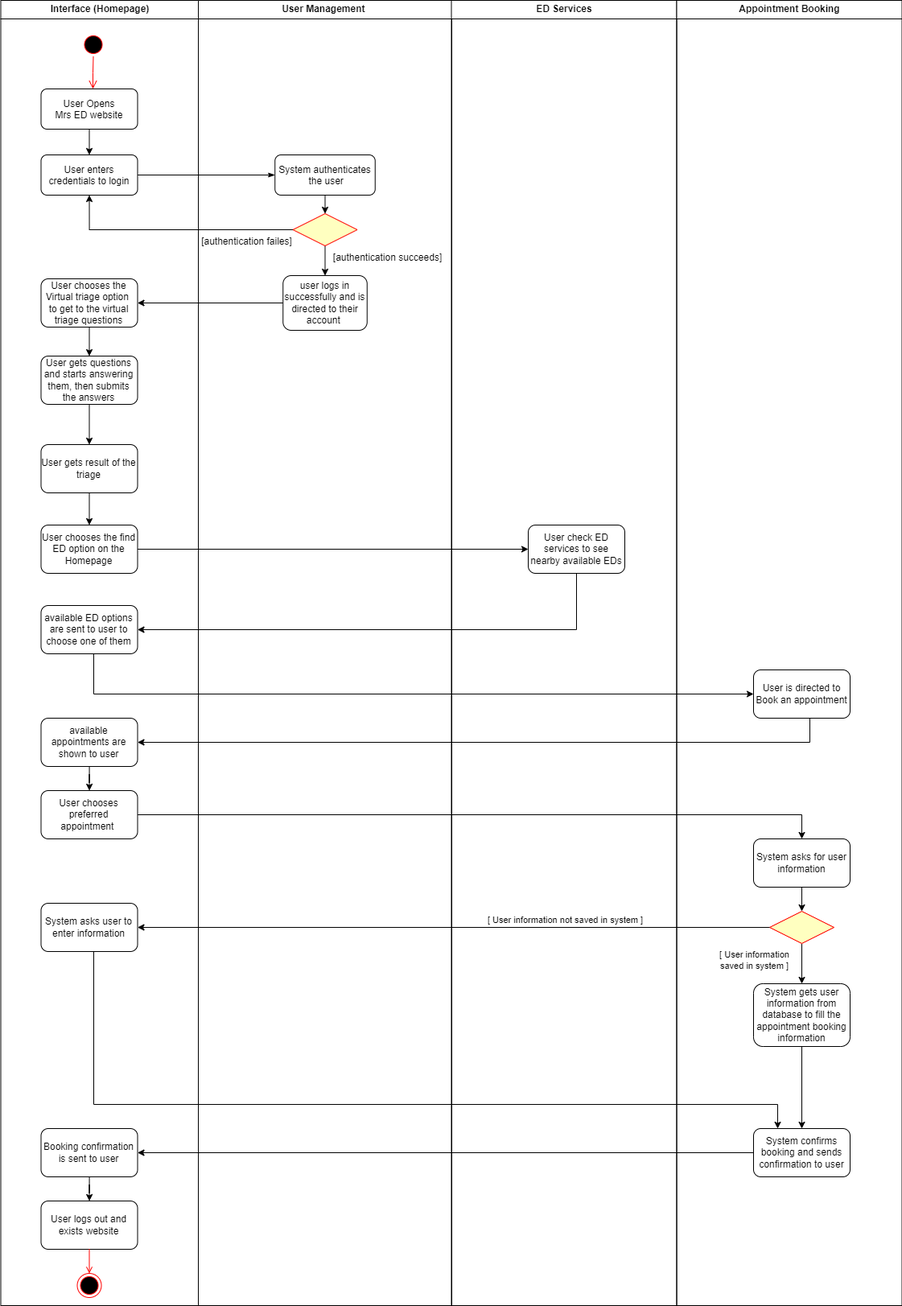
This is diagrams/Activity-Diagram.drawio.png from uvic-teach/project-m1-team6, a draw.io export, as it was before one commit. Source tidied: cells renumbered, new cells last; positions are measured from the earlier drawing's top-left corner, leaving out a move shared by most shapes. Source of this version:
```xml
<mxGraphModel>
  <root>
    <mxCell id="0" />
    <mxCell id="1" parent="0" />
    <mxCell id="2" value="Interface (Homepage)" style="swimlane;whiteSpace=wrap;" parent="1" vertex="1">
      <mxGeometry x="0.5" width="245.5" height="1622" as="geometry" />
    </mxCell>
    <mxCell id="3" style="ellipse;shape=startState;fillColor=#000000;strokeColor=#ff0000;" parent="2" vertex="1">
      <mxGeometry x="100" y="40" width="30" height="30" as="geometry" />
    </mxCell>
    <mxCell id="4" style="edgeStyle=elbowEdgeStyle;elbow=horizontal;verticalAlign=bottom;endArrow=open;endSize=8;strokeColor=#FF0000;endFill=1;rounded=0;" parent="2" edge="1" source="3" target="5">
      <mxGeometry x="100" y="40" as="geometry" />
    </mxCell>
    <mxCell id="5" value="User Opens &#10;Mrs ED website" style="rounded=1;" parent="2" vertex="1">
      <mxGeometry x="50" y="110" width="120" height="50" as="geometry" />
    </mxCell>
    <mxCell id="6" value="User enters &#10;credentials to login" style="rounded=1;" parent="2" vertex="1">
      <mxGeometry x="50" y="192" width="120" height="50" as="geometry" />
    </mxCell>
    <mxCell id="7" style="endArrow=classic;strokeColor=#000000;endFill=1;rounded=0;" parent="2" edge="1" source="5" target="6">
      <mxGeometry relative="1" as="geometry" />
    </mxCell>
    <mxCell id="8" style="edgeStyle=orthogonalEdgeStyle;rounded=0;jettySize=auto;html=1;exitX=0.5;exitY=1;exitDx=0;exitDy=0;entryX=0.5;entryY=0;entryDx=0;entryDy=0;" parent="2" edge="1" source="9" target="11">
      <mxGeometry relative="1" as="geometry" />
    </mxCell>
    <mxCell id="9" value="User chooses the Virtual triage option&amp;nbsp; to get to the virtual triage questions" style="rounded=1;whiteSpace=wrap;html=1;" parent="2" vertex="1">
      <mxGeometry x="50" y="346" width="120" height="60" as="geometry" />
    </mxCell>
    <mxCell id="10" style="edgeStyle=orthogonalEdgeStyle;rounded=0;jettySize=auto;html=1;exitX=0.5;exitY=1;exitDx=0;exitDy=0;entryX=0.5;entryY=0;entryDx=0;entryDy=0;" parent="2" edge="1" source="11" target="13">
      <mxGeometry relative="1" as="geometry" />
    </mxCell>
    <mxCell id="11" value="User gets questions and starts answering them, then submits the answers" style="rounded=1;whiteSpace=wrap;html=1;" parent="2" vertex="1">
      <mxGeometry x="50" y="442" width="120" height="60" as="geometry" />
    </mxCell>
    <mxCell id="12" style="edgeStyle=orthogonalEdgeStyle;rounded=0;jettySize=auto;html=1;" parent="2" edge="1" source="13" target="15">
      <mxGeometry relative="1" as="geometry" />
    </mxCell>
    <mxCell id="13" value="User gets result of the triage" style="rounded=1;whiteSpace=wrap;html=1;" parent="2" vertex="1">
      <mxGeometry x="50" y="552" width="120" height="60" as="geometry" />
    </mxCell>
    <mxCell id="14" value="available ED options are sent to user to choose one of them" style="rounded=1;whiteSpace=wrap;html=1;" parent="2" vertex="1">
      <mxGeometry x="50" y="752" width="120" height="60" as="geometry" />
    </mxCell>
    <mxCell id="15" value="User chooses the find ED option on the Homepage" style="rounded=1;whiteSpace=wrap;html=1;" parent="2" vertex="1">
      <mxGeometry x="50" y="652" width="120" height="60" as="geometry" />
    </mxCell>
    <mxCell id="16" style="edgeStyle=orthogonalEdgeStyle;rounded=0;jettySize=auto;html=1;" parent="2" edge="1" source="17" target="18">
      <mxGeometry relative="1" as="geometry" />
    </mxCell>
    <mxCell id="17" value="Booking confirmation is sent to user" style="rounded=1;whiteSpace=wrap;html=1;" parent="2" vertex="1">
      <mxGeometry x="50" y="1402" width="120" height="60" as="geometry" />
    </mxCell>
    <mxCell id="18" value="User logs out and exists website" style="rounded=1;whiteSpace=wrap;html=1;" parent="2" vertex="1">
      <mxGeometry x="50" y="1492" width="120" height="60" as="geometry" />
    </mxCell>
    <mxCell id="19" style="ellipse;shape=endState;fillColor=#000000;strokeColor=#ff0000;" parent="2" vertex="1">
      <mxGeometry x="95" y="1582" width="30" height="30" as="geometry" />
    </mxCell>
    <mxCell id="20" style="endArrow=open;strokeColor=#FF0000;endFill=1;rounded=0;exitX=0.5;exitY=1;exitDx=0;exitDy=0;" parent="2" edge="1" source="18" target="19">
      <mxGeometry relative="1" as="geometry" />
    </mxCell>
    <mxCell id="21" style="edgeStyle=orthogonalEdgeStyle;rounded=0;jettySize=auto;html=1;" parent="2" edge="1" source="22" target="23">
      <mxGeometry relative="1" as="geometry" />
    </mxCell>
    <mxCell id="22" value="available appointments are shown to user" style="rounded=1;whiteSpace=wrap;html=1;" parent="2" vertex="1">
      <mxGeometry x="50" y="892" width="120" height="60" as="geometry" />
    </mxCell>
    <mxCell id="23" value="User chooses preferred appointment&amp;nbsp;" style="rounded=1;whiteSpace=wrap;html=1;" parent="2" vertex="1">
      <mxGeometry x="50" y="982" width="120" height="60" as="geometry" />
    </mxCell>
    <mxCell id="24" value="System asks user to enter information" style="rounded=1;whiteSpace=wrap;html=1;" parent="2" vertex="1">
      <mxGeometry x="50" y="1122" width="120" height="60" as="geometry" />
    </mxCell>
    <mxCell id="25" value="User Management " style="swimlane;whiteSpace=wrap;" parent="1" vertex="1">
      <mxGeometry x="246" width="315" height="1622" as="geometry" />
    </mxCell>
    <mxCell id="26" style="edgeStyle=orthogonalEdgeStyle;rounded=0;jettySize=auto;html=1;exitX=0.5;exitY=1;exitDx=0;exitDy=0;entryX=0.5;entryY=0;entryDx=0;entryDy=0;" parent="25" edge="1" source="27" target="29">
      <mxGeometry relative="1" as="geometry" />
    </mxCell>
    <mxCell id="27" value="System authenticates&#10; the user" style="rounded=1;" parent="25" vertex="1">
      <mxGeometry x="95.2" y="192" width="124.5" height="50" as="geometry" />
    </mxCell>
    <mxCell id="28" style="edgeStyle=orthogonalEdgeStyle;rounded=0;jettySize=auto;html=1;exitX=0.5;exitY=1;exitDx=0;exitDy=0;entryX=0.5;entryY=0;entryDx=0;entryDy=0;" parent="25" edge="1" source="29" target="31">
      <mxGeometry relative="1" as="geometry" />
    </mxCell>
    <mxCell id="29" style="rhombus;fillColor=#ffffc0;strokeColor=#ff0000;" parent="25" vertex="1">
      <mxGeometry x="117.5" y="265" width="80" height="40" as="geometry" />
    </mxCell>
    <mxCell id="30" value="[authentication failes]" style="text;html=1;align=center;verticalAlign=middle;strokeColor=none;fillColor=none;" parent="25" vertex="1">
      <mxGeometry x="-10" y="285" width="140" height="30" as="geometry" />
    </mxCell>
    <mxCell id="31" value="user logs in successfully and is directed to their account&amp;nbsp;" style="rounded=1;whiteSpace=wrap;html=1;" parent="25" vertex="1">
      <mxGeometry x="105.2" y="342" width="104.5" height="68" as="geometry" />
    </mxCell>
    <mxCell id="32" value="[authentication succeeds]" style="text;html=1;align=center;verticalAlign=middle;strokeColor=none;fillColor=none;" parent="25" vertex="1">
      <mxGeometry x="155" y="305" width="160" height="30" as="geometry" />
    </mxCell>
    <mxCell id="33" value="ED Services" style="swimlane;whiteSpace=wrap;" parent="1" vertex="1">
      <mxGeometry x="560.5" width="280" height="1622" as="geometry" />
    </mxCell>
    <mxCell id="34" value="User check ED services to see nearby available EDs" style="rounded=1;whiteSpace=wrap;html=1;" parent="33" vertex="1">
      <mxGeometry x="95.5" y="652" width="120" height="60" as="geometry" />
    </mxCell>
    <mxCell id="35" value="Appointment Booking" style="swimlane;whiteSpace=wrap;" parent="1" vertex="1">
      <mxGeometry x="840.5" width="280" height="1622" as="geometry" />
    </mxCell>
    <mxCell id="36" value="User is directed to Book an appointment" style="rounded=1;whiteSpace=wrap;html=1;" parent="35" vertex="1">
      <mxGeometry x="95.5" y="832" width="120" height="60" as="geometry" />
    </mxCell>
    <mxCell id="37" style="edgeStyle=orthogonalEdgeStyle;rounded=0;jettySize=auto;html=1;" parent="35" edge="1" source="38" target="41">
      <mxGeometry relative="1" as="geometry" />
    </mxCell>
    <mxCell id="38" value="System asks for user information" style="rounded=1;whiteSpace=wrap;html=1;" parent="35" vertex="1">
      <mxGeometry x="95.5" y="1042" width="120" height="60" as="geometry" />
    </mxCell>
    <mxCell id="39" value="System confirms booking and sends confirmation to user" style="rounded=1;whiteSpace=wrap;html=1;" parent="35" vertex="1">
      <mxGeometry x="95.5" y="1402" width="120" height="60" as="geometry" />
    </mxCell>
    <mxCell id="40" style="edgeStyle=orthogonalEdgeStyle;rounded=0;jettySize=auto;html=1;" parent="35" edge="1" source="41" target="43">
      <mxGeometry relative="1" as="geometry" />
    </mxCell>
    <mxCell id="41" style="rhombus;fillColor=#ffffc0;strokeColor=#ff0000;" parent="35" vertex="1">
      <mxGeometry x="115.5" y="1132" width="80" height="40" as="geometry" />
    </mxCell>
    <mxCell id="42" style="edgeStyle=orthogonalEdgeStyle;rounded=0;jettySize=auto;html=1;" parent="35" edge="1" source="43" target="39">
      <mxGeometry relative="1" as="geometry" />
    </mxCell>
    <mxCell id="43" value="System gets user information from database to fill the appointment booking information" style="rounded=1;whiteSpace=wrap;html=1;" parent="35" vertex="1">
      <mxGeometry x="95.5" y="1222" width="120" height="78" as="geometry" />
    </mxCell>
    <mxCell id="44" style="endArrow=classicThin;strokeColor=#000000;endFill=1;rounded=0;exitX=1;exitY=0.5;exitDx=0;exitDy=0;entryX=0;entryY=0.5;entryDx=0;entryDy=0;" parent="1" edge="1" source="6" target="27">
      <mxGeometry relative="1" as="geometry" />
    </mxCell>
    <mxCell id="45" style="edgeStyle=orthogonalEdgeStyle;rounded=0;jettySize=auto;html=1;exitX=0;exitY=0.5;exitDx=0;exitDy=0;entryX=0.5;entryY=1;entryDx=0;entryDy=0;" parent="1" edge="1" source="29" target="6">
      <mxGeometry relative="1" as="geometry" />
    </mxCell>
    <mxCell id="46" style="edgeStyle=orthogonalEdgeStyle;rounded=0;jettySize=auto;html=1;exitX=0;exitY=0.5;exitDx=0;exitDy=0;entryX=1;entryY=0.5;entryDx=0;entryDy=0;" parent="1" edge="1" source="31" target="9">
      <mxGeometry relative="1" as="geometry" />
    </mxCell>
    <mxCell id="47" style="edgeStyle=orthogonalEdgeStyle;rounded=0;jettySize=auto;html=1;entryX=0;entryY=0.5;entryDx=0;entryDy=0;" parent="1" edge="1" source="15" target="34">
      <mxGeometry relative="1" as="geometry" />
    </mxCell>
    <mxCell id="48" style="edgeStyle=orthogonalEdgeStyle;rounded=0;jettySize=auto;html=1;entryX=1;entryY=0.5;entryDx=0;entryDy=0;" parent="1" edge="1" source="34" target="14">
      <mxGeometry relative="1" as="geometry">
        <Array as="points">
          <mxPoint x="716" y="782" />
        </Array>
      </mxGeometry>
    </mxCell>
    <mxCell id="49" style="edgeStyle=orthogonalEdgeStyle;rounded=0;jettySize=auto;html=1;entryX=0;entryY=0.5;entryDx=0;entryDy=0;" parent="1" edge="1" source="14" target="36">
      <mxGeometry relative="1" as="geometry">
        <Array as="points">
          <mxPoint x="116" y="862" />
        </Array>
      </mxGeometry>
    </mxCell>
    <mxCell id="50" style="edgeStyle=orthogonalEdgeStyle;rounded=0;jettySize=auto;html=1;entryX=1;entryY=0.5;entryDx=0;entryDy=0;" parent="1" edge="1" source="39" target="17">
      <mxGeometry relative="1" as="geometry" />
    </mxCell>
    <mxCell id="51" style="edgeStyle=orthogonalEdgeStyle;rounded=0;jettySize=auto;html=1;entryX=1;entryY=0.5;entryDx=0;entryDy=0;" parent="1" edge="1" source="36" target="22">
      <mxGeometry relative="1" as="geometry">
        <Array as="points">
          <mxPoint x="1006" y="922" />
        </Array>
      </mxGeometry>
    </mxCell>
    <mxCell id="52" style="edgeStyle=orthogonalEdgeStyle;rounded=0;jettySize=auto;html=1;entryX=0.5;entryY=0;entryDx=0;entryDy=0;" parent="1" edge="1" source="23" target="38">
      <mxGeometry relative="1" as="geometry" />
    </mxCell>
    <mxCell id="53" style="edgeStyle=orthogonalEdgeStyle;rounded=0;jettySize=auto;html=1;entryX=1;entryY=0.5;entryDx=0;entryDy=0;" parent="1" edge="1" source="41" target="24">
      <mxGeometry relative="1" as="geometry" />
    </mxCell>
    <mxCell id="54" value="[ User information not saved in system ]" style="edgeLabel;html=1;align=center;verticalAlign=middle;" parent="53" vertex="1">
      <mxGeometry x="-0.49" y="1" relative="1" as="geometry">
        <mxPoint x="-53" y="-11" as="offset" />
      </mxGeometry>
    </mxCell>
    <mxCell id="55" value="[ User information &lt;br&gt;saved in system ]" style="edgeLabel;html=1;align=center;verticalAlign=middle;" parent="53" vertex="1">
      <mxGeometry x="-0.49" y="1" relative="1" as="geometry">
        <mxPoint x="182" y="39" as="offset" />
      </mxGeometry>
    </mxCell>
    <mxCell id="56" style="edgeStyle=orthogonalEdgeStyle;rounded=0;jettySize=auto;html=1;entryX=0.25;entryY=0;entryDx=0;entryDy=0;" parent="1" edge="1" source="24" target="39">
      <mxGeometry relative="1" as="geometry">
        <Array as="points">
          <mxPoint x="116" y="1372" />
          <mxPoint x="966" y="1372" />
        </Array>
      </mxGeometry>
    </mxCell>
  </root>
</mxGraphModel>
```
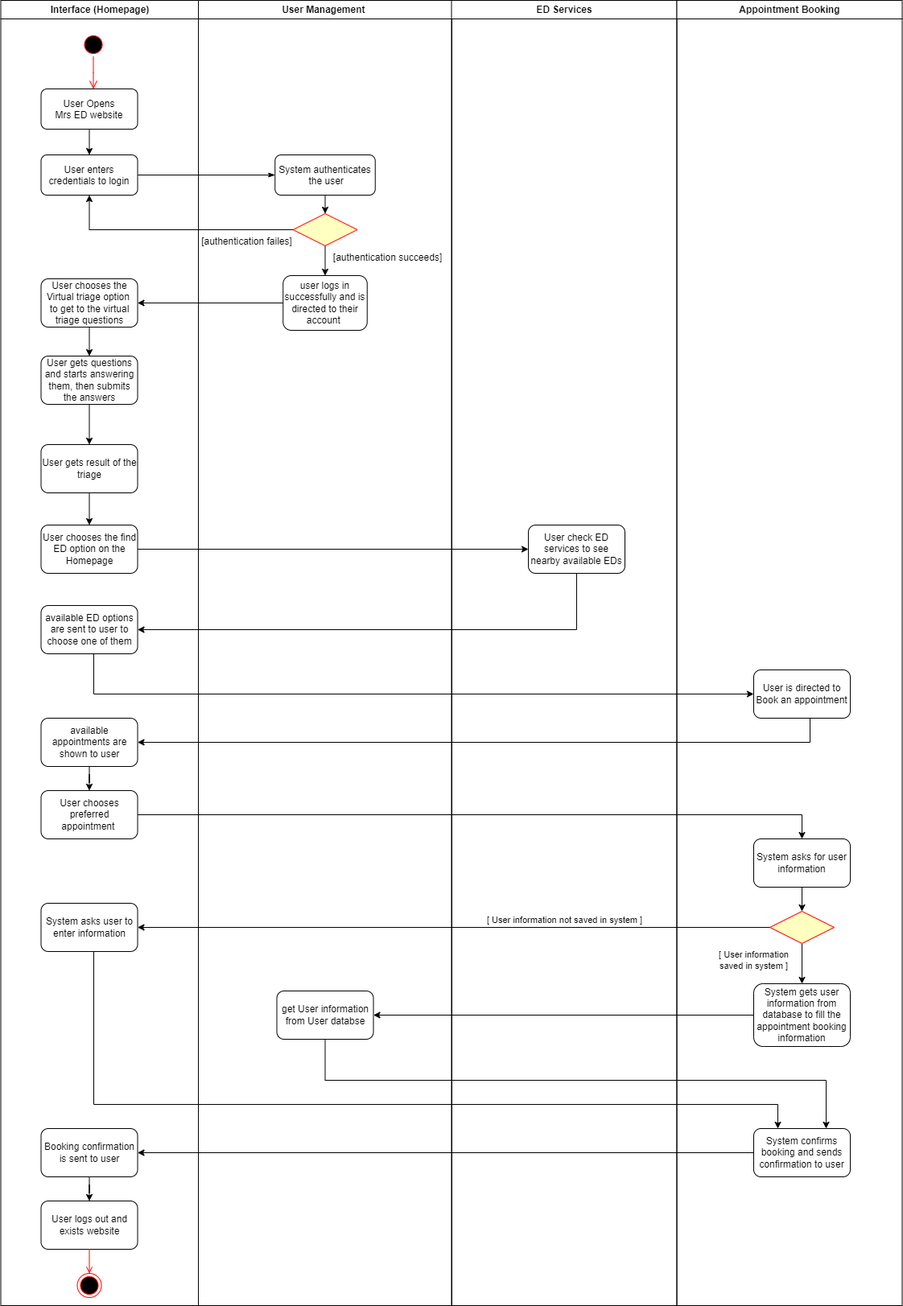
The same diagram one commit later.

What changed in the source:
```diff
@@ -95,6 +95,9 @@
     <mxCell id="32" value="[authentication succeeds]" style="text;html=1;align=center;verticalAlign=middle;strokeColor=none;fillColor=none;" parent="25" vertex="1">
       <mxGeometry x="155" y="305" width="160" height="30" as="geometry" />
     </mxCell>
+    <mxCell id="57" value="get User information from User databse" style="rounded=1;whiteSpace=wrap;html=1;" parent="25" vertex="1">
+      <mxGeometry x="97.5" y="1231" width="120" height="60" as="geometry" />
+    </mxCell>
     <mxCell id="33" value="ED Services" style="swimlane;whiteSpace=wrap;" parent="1" vertex="1">
       <mxGeometry x="560.5" width="280" height="1622" as="geometry" />
     </mxCell>
@@ -122,9 +125,6 @@
     <mxCell id="41" style="rhombus;fillColor=#ffffc0;strokeColor=#ff0000;" parent="35" vertex="1">
       <mxGeometry x="115.5" y="1132" width="80" height="40" as="geometry" />
     </mxCell>
-    <mxCell id="42" style="edgeStyle=orthogonalEdgeStyle;rounded=0;jettySize=auto;html=1;" parent="35" edge="1" source="43" target="39">
-      <mxGeometry relative="1" as="geometry" />
-    </mxCell>
     <mxCell id="43" value="System gets user information from database to fill the appointment booking information" style="rounded=1;whiteSpace=wrap;html=1;" parent="35" vertex="1">
       <mxGeometry x="95.5" y="1222" width="120" height="78" as="geometry" />
     </mxCell>
@@ -188,5 +188,16 @@
         </Array>
       </mxGeometry>
     </mxCell>
+    <mxCell id="58" style="edgeStyle=orthogonalEdgeStyle;rounded=0;jettySize=auto;html=1;entryX=1;entryY=0.5;entryDx=0;entryDy=0;" parent="1" edge="1" source="43" target="57">
+      <mxGeometry relative="1" as="geometry" />
+    </mxCell>
+    <mxCell id="59" style="edgeStyle=orthogonalEdgeStyle;rounded=0;jettySize=auto;html=1;entryX=0.75;entryY=0;entryDx=0;entryDy=0;" parent="1" edge="1" source="57" target="39">
+      <mxGeometry relative="1" as="geometry">
+        <Array as="points">
+          <mxPoint x="404" y="1342" />
+          <mxPoint x="1026" y="1342" />
+        </Array>
+      </mxGeometry>
+    </mxCell>
   </root>
 </mxGraphModel>
```
